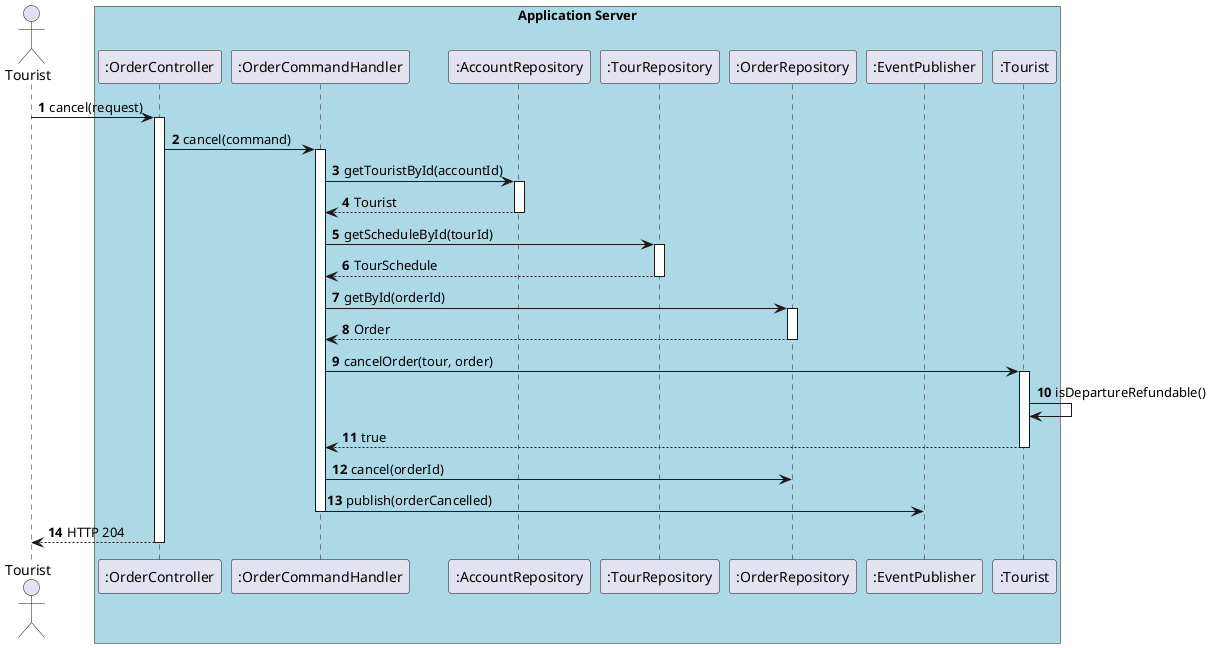
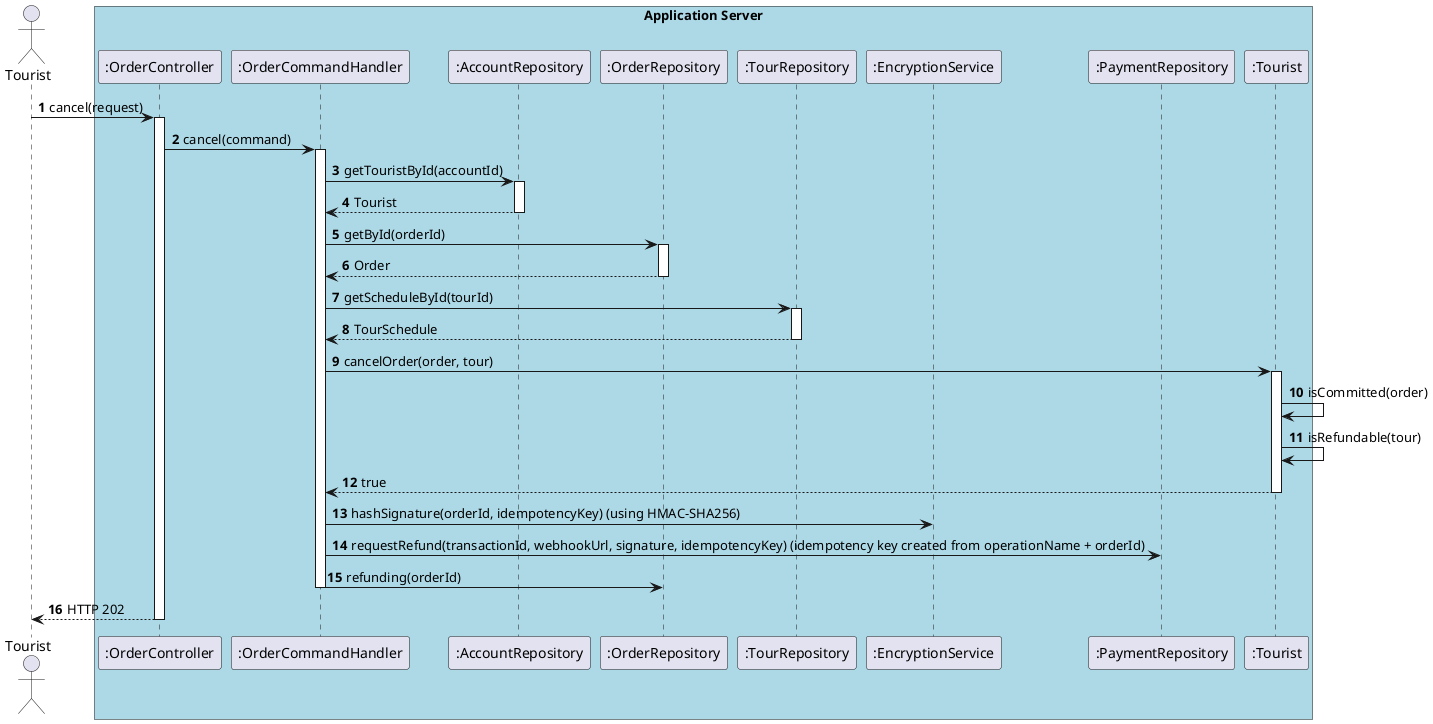
@startuml

autonumber

actor "Tourist" as tourist
box "Application Server" #LightBlue
    participant ":OrderController" as controller
    participant ":OrderCommandHandler" as handler
    participant ":AccountRepository" as accRepo
+     participant ":OrderRepository" as ordRepo
    participant ":TourRepository" as tourRepo
-     participant ":OrderRepository" as ordRepo
-     participant ":EventPublisher" as publisher
+     participant ":EncryptionService" as encrypt
+     participant ":PaymentRepository" as payRepo
    participant ":Tourist" as touristAcc
end box

tourist -> controller : cancel(request)
activate controller

controller -> handler : cancel(command)
activate handler

handler -> accRepo : getTouristById(accountId)
activate accRepo
handler <-- accRepo : Tourist
deactivate accRepo
+ handler -> ordRepo : getById(orderId)
+ activate ordRepo
+ ordRepo --> handler : Order
+ deactivate ordRepo
handler -> tourRepo : getScheduleById(tourId)
activate tourRepo
handler <-- tourRepo : TourSchedule
deactivate tourRepo

- handler -> ordRepo : getById(orderId)
- activate ordRepo
- ordRepo --> handler : Order
- deactivate ordRepo
- 
- handler -> touristAcc : cancelOrder(tour, order)
+ handler -> touristAcc : cancelOrder(order, tour)
activate touristAcc
- touristAcc -> touristAcc : isDepartureRefundable()
+ touristAcc -> touristAcc : isCommitted(order)
+ touristAcc -> touristAcc : isRefundable(tour)
handler <-- touristAcc : true
deactivate touristAcc

- handler -> ordRepo : cancel(orderId)
- handler -> publisher : publish(orderCancelled)
+ handler -> encrypt : hashSignature(orderId, idempotencyKey) (using HMAC-SHA256)
+ handler -> payRepo : requestRefund(transactionId, webhookUrl, signature, idempotencyKey) (idempotency key created from operationName + orderId)
+ handler -> ordRepo : refunding(orderId)
deactivate handler

- controller --> tourist : HTTP 204
+ controller --> tourist : HTTP 202
deactivate controller

@enduml